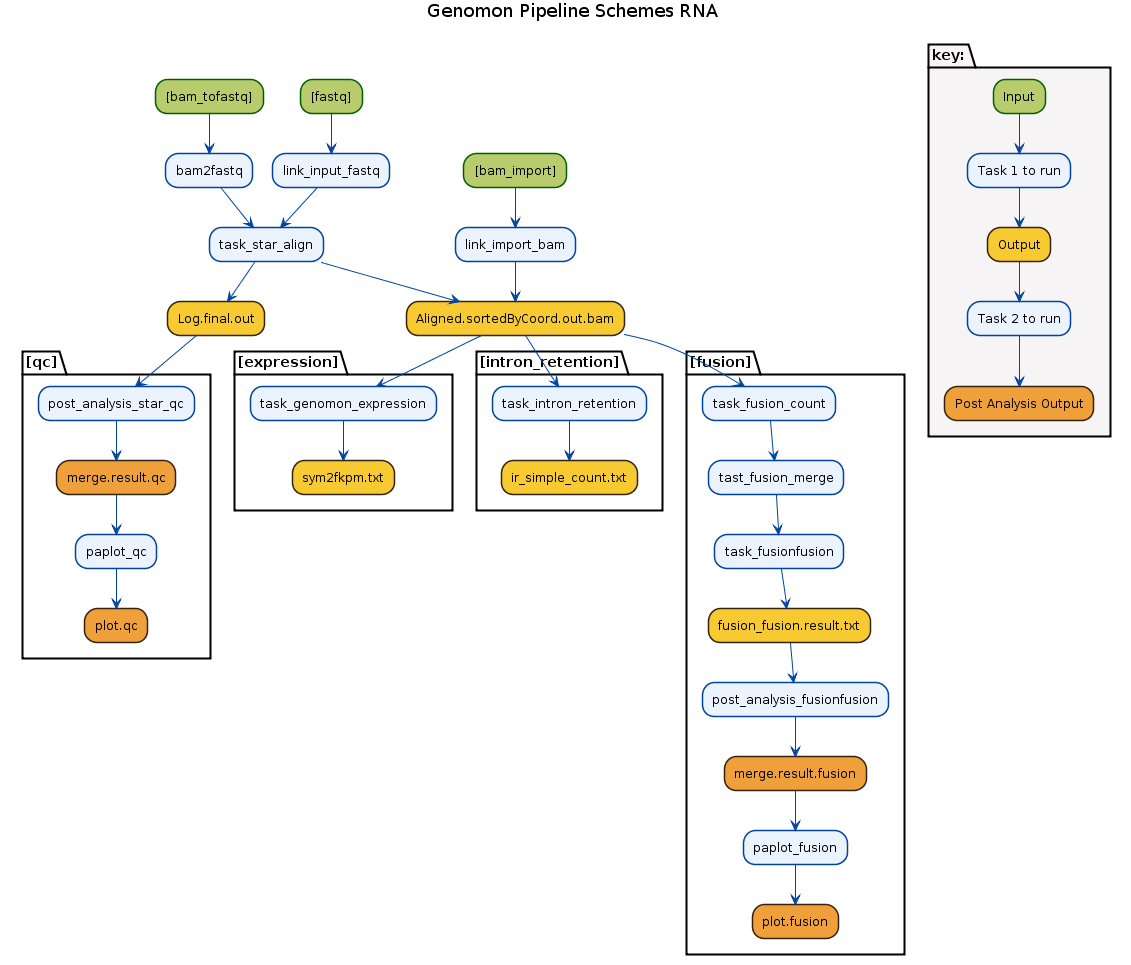
This is image/rna_workflow.png from Genomon-Project/genomon-docs, a PlantUML export, as it was before one commit. Source of this version:
```plantuml
@startuml
title Genomon Pipeline Schemes RNA
skinparam Shadowing false

skinparam activity {
  ArrowColor #0044A0
  BackgroundColor #EBF3FF
  BackgroundColor<<input>> #B8CC6E
  BackgroundColor<<output>> #F8CA31
  BackgroundColor<<result>> #EFA03B

  BorderColor #0044A0
  BorderColor<<input>> #006000
  BorderColor<<output>> #33220D
  BorderColor<<result>> #33220D

}

"[bam_tofastq]"<<input>> --> bam2fastq
"[fastq]"<<input>> --> link_input_fastq
"[bam_import]"<<input>> --> link_import_bam

bam2fastq --> task_star_align
link_input_fastq --> task_star_align

task_star_align --> "Aligned.sortedByCoord.out.bam"<<output>>
task_star_align --> "Log.final.out"<<output>>
link_import_bam --> "Aligned.sortedByCoord.out.bam"<<output>>

partition "[fusion]" {
  "Aligned.sortedByCoord.out.bam" --> task_fusion_count
  --> tast_fusion_merge
  --> task_fusionfusion
  --> "fusion_fusion.result.txt"<<output>>
  --> post_analysis_fusionfusion
  --> "merge.result.fusion"<<result>>
  --> paplot_fusion
  --> "plot.fusion"<<result>>
}

partition "[expression]" {
  "Aligned.sortedByCoord.out.bam" --> task_genomon_expression
  --> "sym2fkpm.txt"<<output>>
}

partition "[intron_retention]" {
  "Aligned.sortedByCoord.out.bam" --> task_intron_retention
  --> "ir_simple_count.txt"<<output>>
}

partition "[qc]" {
  "Log.final.out" --> post_analysis_star_qc
  --> "merge.result.qc"<<result>>
  --> paplot_qc
  --> "plot.qc"<<result>>
}

partition "key:" #F6F4F4 {
  Input<<input>> --> "Task 1 to run"
  --> Output<<output>>
  --> "Task 2 to run"
  --> "Post Analysis Output"<<result>>
}

@enduml
```
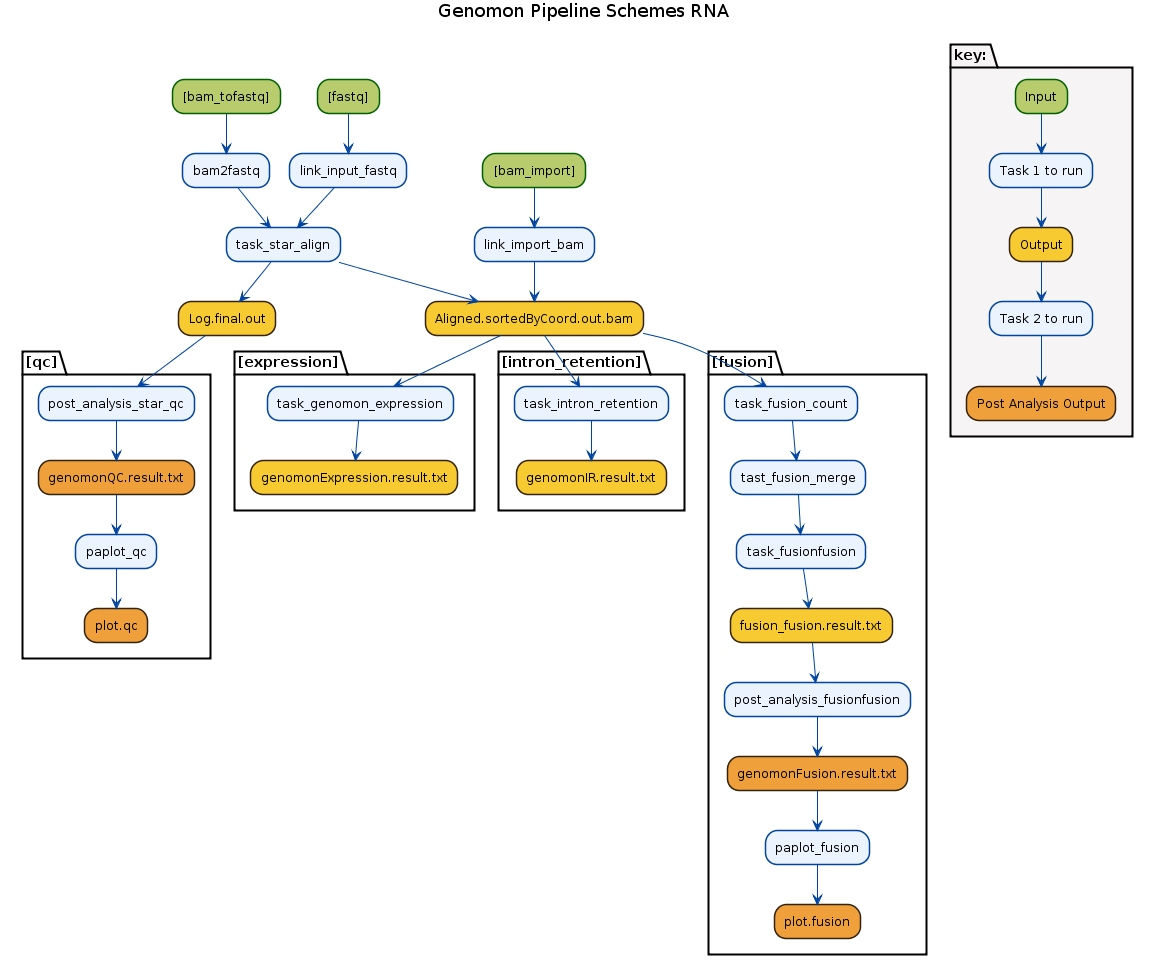
The same file after the commit.

Change to the diagram source:
```diff
@@ -33,24 +33,24 @@
   --> task_fusionfusion
   --> "fusion_fusion.result.txt"<<output>>
   --> post_analysis_fusionfusion
-  --> "merge.result.fusion"<<result>>
+  --> "genomonFusion.result.txt"<<result>>
   --> paplot_fusion
   --> "plot.fusion"<<result>>
 }
 
 partition "[expression]" {
   "Aligned.sortedByCoord.out.bam" --> task_genomon_expression
-  --> "sym2fkpm.txt"<<output>>
+  --> "genomonExpression.result.txt"<<output>>
 }
 
 partition "[intron_retention]" {
   "Aligned.sortedByCoord.out.bam" --> task_intron_retention
-  --> "ir_simple_count.txt"<<output>>
+  --> "genomonIR.result.txt"<<output>>
 }
 
 partition "[qc]" {
   "Log.final.out" --> post_analysis_star_qc
-  --> "merge.result.qc"<<result>>
+  --> "genomonQC.result.txt"<<result>>
   --> paplot_qc
   --> "plot.qc"<<result>>
 }
```
